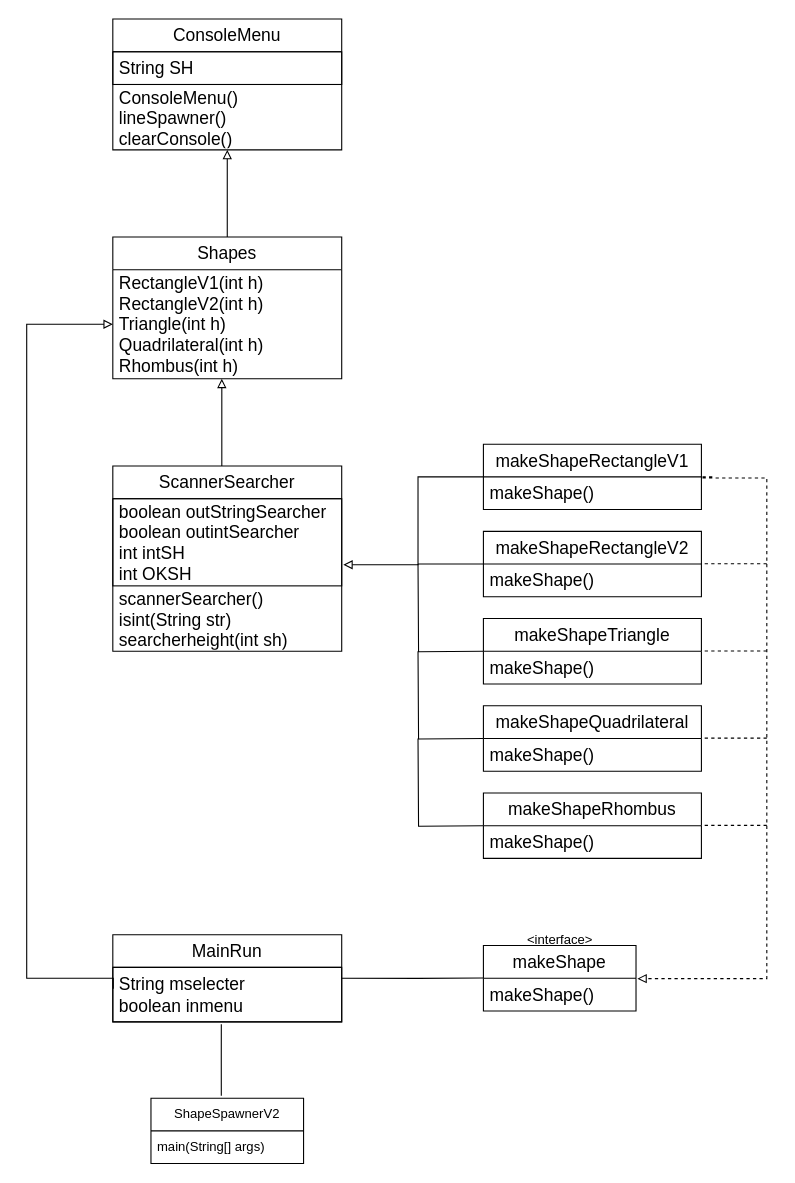
Before: src/윤광혁/ShapeSpawnerV2 INFO/ShapeSpawnerV2.drawio in FN-BN-EDU-ORGANIZATION/JAVA, a draw.io diagram. Source tidied: cells renumbered, new cells numbered last; positions are measured from the earlier drawing's top-left corner, leaving out a move shared by most shapes. Both pictures are drawn from the tidied source at 109%, with x=0, y=0 at pixel (26, 19).
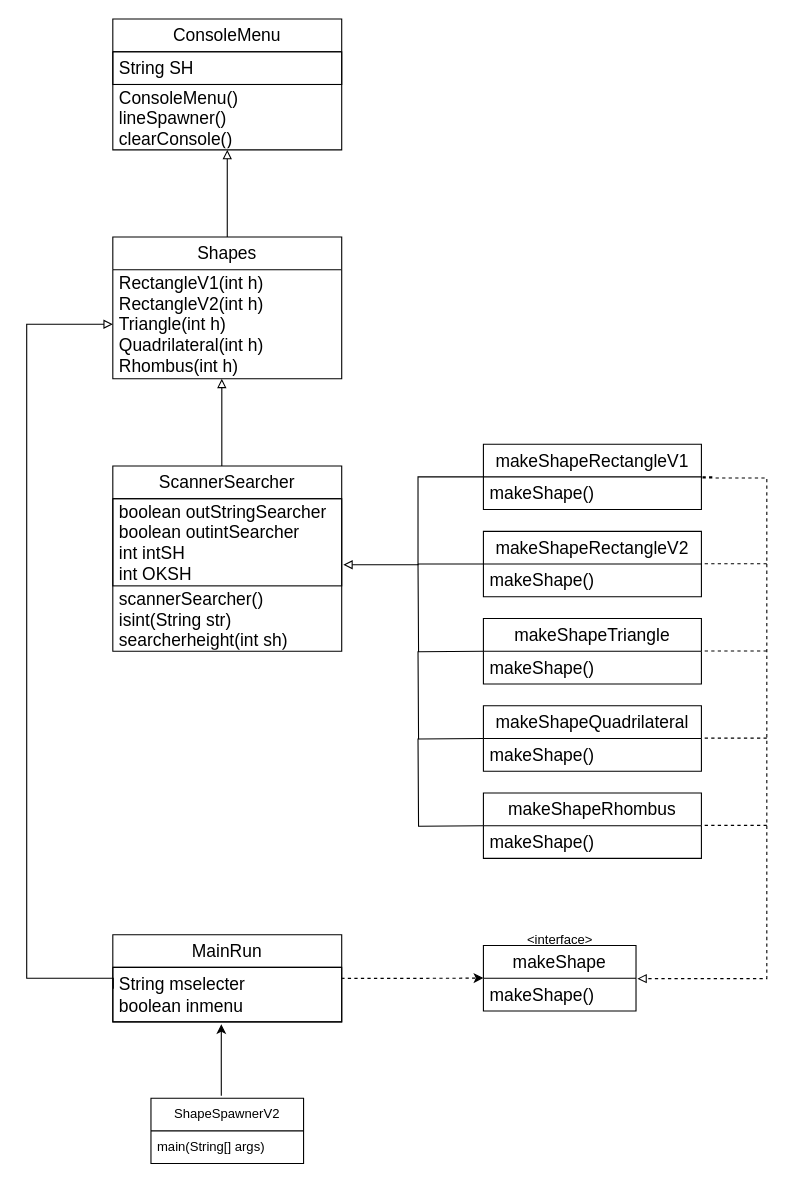
The same diagram, later.

The change refers to these unchanged cells:
```xml
<mxCell id="11" value="MainRun" style="swimlane;fontStyle=0;horizontal=1;startSize=30;whiteSpace=wrap;fontSize=16;" parent="1" vertex="1">
  <mxGeometry x="79" y="840" width="210" height="80" as="geometry" />
</mxCell>
<mxCell id="12" value="String mselecter&#10;boolean inmenu" style="text;strokeColor=default;fillColor=none;align=left;verticalAlign=middle;spacingLeft=4;spacingRight=4;overflow=hidden;points=[[0,0.5],[1,0.5]];portConstraint=eastwest;whiteSpace=wrap;fontSize=16;" parent="11" vertex="1">
  <mxGeometry y="30" width="210" height="50" as="geometry" />
</mxCell>
<mxCell id="39" value="ShapeSpawnerV2" style="swimlane;fontStyle=0;horizontal=1;startSize=30;whiteSpace=wrap;fontSize=12;fontFamily=Helvetica;" parent="1" vertex="1">
  <mxGeometry x="114" y="990" width="140" height="60" as="geometry" />
</mxCell>
```

The edit, as a diff of the source:
```diff
@@
-    <mxCell id="13" style="edgeStyle=orthogonalEdgeStyle;rounded=0;jettySize=auto;html=1;exitX=0.998;exitY=0.201;exitDx=0;exitDy=0;endArrow=none;endFill=0;strokeWidth=1;entryX=0.998;entryY=0.201;entryDx=0;entryDy=0;entryPerimeter=0;exitPerimeter=0;" parent="11" edge="1" source="12">
+    <mxCell id="13" style="edgeStyle=orthogonalEdgeStyle;rounded=0;jettySize=auto;html=1;exitX=0.998;exitY=0.201;exitDx=0;exitDy=0;endArrow=classic;endFill=1;strokeWidth=1;entryX=0.998;entryY=0.201;entryDx=0;entryDy=0;entryPerimeter=0;exitPerimeter=0;dashed=1;" parent="11" edge="1" source="12">
       <mxGeometry relative="1" as="geometry">
         <mxPoint x="340" y="39.8" as="targetPoint" />
         <Array as="points">
           <mxPoint x="280" y="40" />
         </Array>
       </mxGeometry>
     </mxCell>
@@
-    <mxCell id="41" style="edgeStyle=orthogonalEdgeStyle;rounded=0;jettySize=auto;html=1;exitX=0.461;exitY=-0.036;exitDx=0;exitDy=0;endArrow=none;endFill=0;strokeWidth=1;exitPerimeter=0;entryX=0.474;entryY=1.042;entryDx=0;entryDy=0;entryPerimeter=0;" parent="1" edge="1" source="39" target="12">
+    <mxCell id="41" style="edgeStyle=orthogonalEdgeStyle;rounded=0;jettySize=auto;html=1;exitX=0.461;exitY=-0.036;exitDx=0;exitDy=0;endArrow=classic;endFill=1;strokeWidth=1;exitPerimeter=0;entryX=0.474;entryY=1.042;entryDx=0;entryDy=0;entryPerimeter=0;" parent="1" edge="1" source="39" target="12">
       <mxGeometry relative="1" as="geometry">
         <Array as="points">
           <mxPoint x="179" y="955" />
           <mxPoint x="179" y="955" />
           <mxPoint x="179" y="922" />
         </Array>
       </mxGeometry>
     </mxCell>
```
